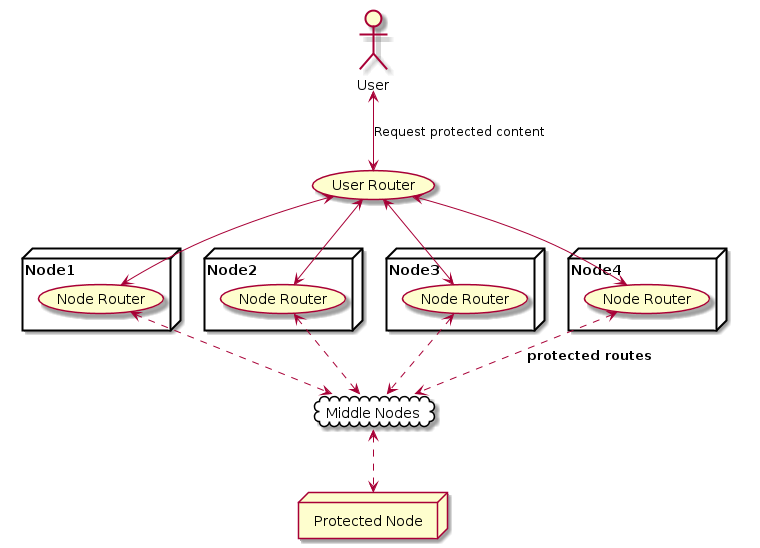
Above: img/protected-route.png in wetube/bitcloud (PlantUML), before the change.
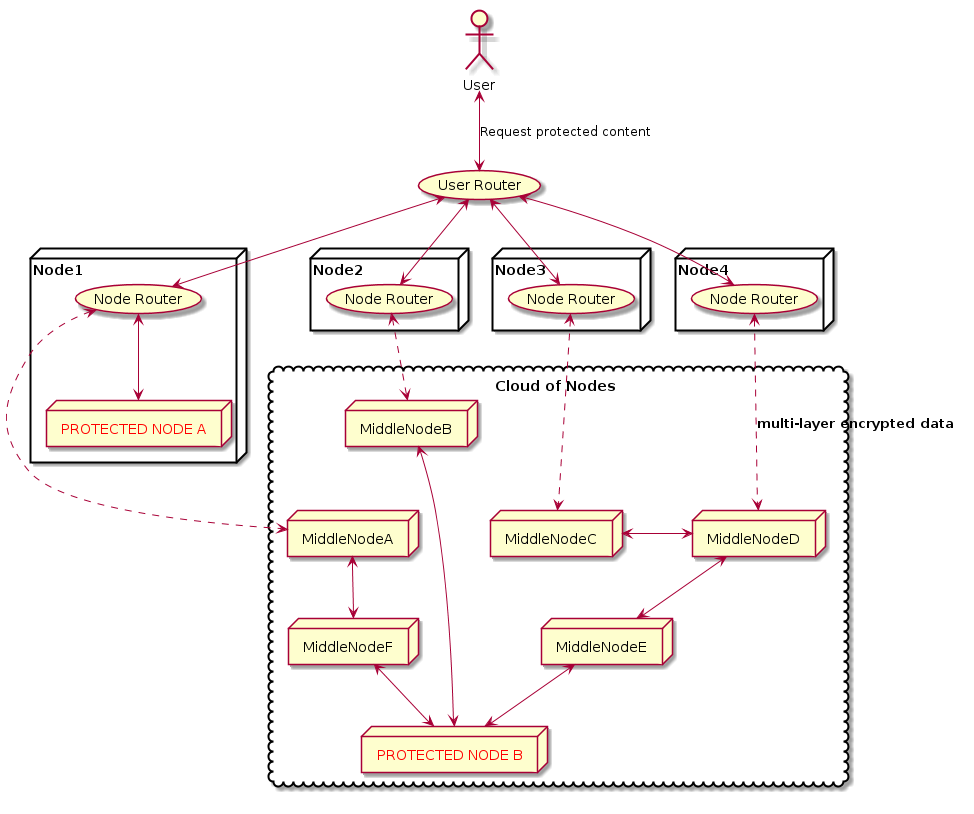
The same file after the commit.

Commit message:
Unprotected section improved

What changed in the source:
```diff
@@ -1,29 +1,42 @@
 @startuml
-cloud "Middle Nodes" as MN {
+cloud "Cloud of Nodes" as MN {
+node "<color:red>PROTECTED NODE B</color>" as pnode
+node "MiddleNodeA" as mnodeA
+node "MiddleNodeB" as mnodeB
+node "MiddleNodeC" as mnodeC
+node "MiddleNodeD" as mnodeD
+node "MiddleNodeE" as mnodeE
+node "MiddleNodeF" as mnodeF
 }
 
-node "Protected Node" as pnode
 node Node1 {
-(Node Router) as RF1
+node "<color:red>PROTECTED NODE A</color>" as pnode2
+(Node Router) as NR1
+NR1 <--> pnode2
 }
 node Node2 {
-(Node Router) as RF2
+(Node Router) as NR2
 }
 node Node3 {
-(Node Router) as RF3
+(Node Router) as NR3
 }
 node Node4 {
-(Node Router) as RF4
+(Node Router) as NR4
 }
-RF1 <.down.> MN
-RF2 <.down.> MN
-RF3 <.down.> MN
-RF4 <.down.> MN  : "<b>protected routes</b>"
+NR1 <.down.> mnodeA
+NR2 <.down.> mnodeB
+NR3 <.down.> mnodeC
+NR4 <.down.> mnodeD  : "<b>multi-layer encrypted data</b>"
 (User Router) as RS
-RS     <-down-> RF1
-RS     <-down-> RF2
-RS     <-down-> RF3
-RS     <-down-> RF4
+RS     <-down-> NR1
+RS     <-down-> NR2
+RS     <-down-> NR3
+RS     <-down-> NR4
 :User:     <-down-> RS : Request protected content
-MN <.down.> pnode
+mnodeA <--> mnodeF
+mnodeF <--> pnode
+mnodeB <----> pnode
+mnodeC <-> mnodeD
+mnodeD <--> mnodeE
+mnodeE <--> pnode
 @enduml
```
